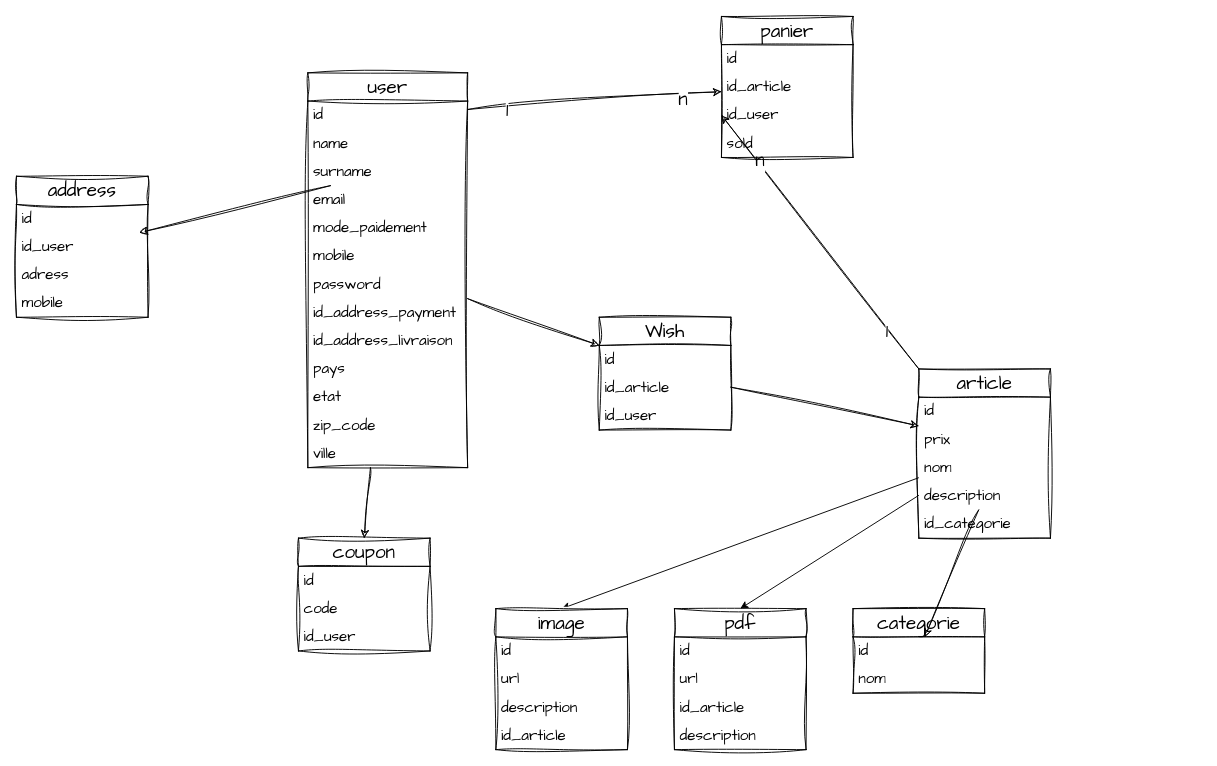
zoobo-jose/B-construction keeps this draw.io diagram as _process/_dataBase.drawio. Above is the earlier version. Source tidied: cells renumbered, new cells numbered last; positions are measured from the earlier drawing's top-left corner, leaving out a move shared by most shapes. Both pictures are drawn from the tidied source at 94%, with x=0, y=0 at pixel (16, 16).
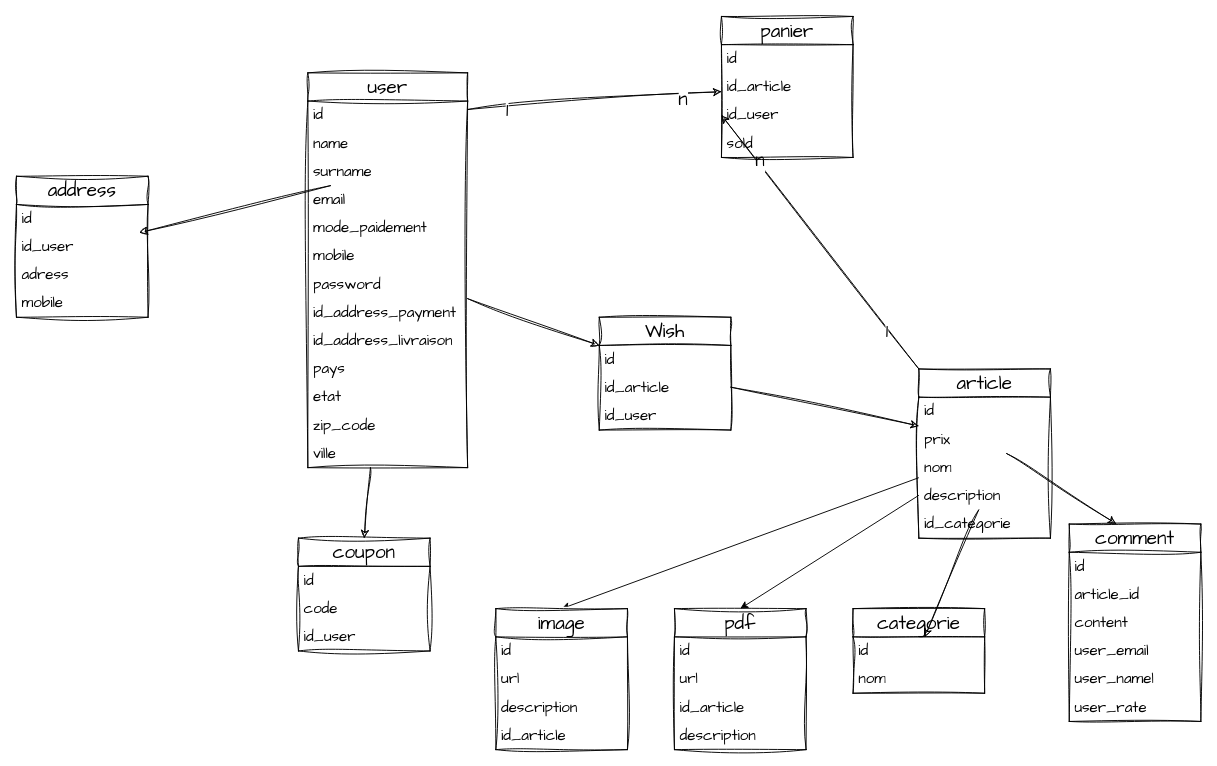
The same diagram, later.

Unchanged cells that the change refers to:
```xml
<mxCell id="28" value="prix" style="text;strokeColor=none;fillColor=none;align=left;verticalAlign=middle;spacingLeft=4;spacingRight=4;overflow=hidden;points=[[0,0.5],[1,0.5]];portConstraint=eastwest;whiteSpace=wrap;html=1;fontSize=16;sketch=1;hachureGap=4;jiggle=2;curveFitting=1;fontFamily=Architects Daughter;" parent="26" vertex="1">
  <mxGeometry y="60" width="140" height="30" as="geometry" />
</mxCell>
```

Diff of the diagram source:
```diff
@@
+    <mxCell id="66" value="comment" style="swimlane;fontStyle=0;horizontal=1;startSize=30;whiteSpace=wrap;html=1;sketch=1;hachureGap=4;jiggle=2;curveFitting=1;fontFamily=Architects Daughter;fontSize=20;" parent="1" vertex="1">
+      <mxGeometry x="1120" y="540" width="140" height="210" as="geometry" />
+    </mxCell>
+    <mxCell id="67" value="id" style="text;strokeColor=none;fillColor=none;align=left;verticalAlign=middle;spacingLeft=4;spacingRight=4;overflow=hidden;whiteSpace=wrap;html=1;fontSize=16;sketch=1;hachureGap=4;jiggle=2;curveFitting=1;fontFamily=Architects Daughter;" parent="66" vertex="1">
+      <mxGeometry y="30" width="140" height="30" as="geometry" />
+    </mxCell>
+    <mxCell id="68" value="article_id" style="text;strokeColor=none;fillColor=none;align=left;verticalAlign=middle;spacingLeft=4;spacingRight=4;overflow=hidden;whiteSpace=wrap;html=1;fontSize=16;sketch=1;hachureGap=4;jiggle=2;curveFitting=1;fontFamily=Architects Daughter;" parent="66" vertex="1">
+      <mxGeometry y="60" width="140" height="30" as="geometry" />
+    </mxCell>
+    <mxCell id="69" value="content" style="text;strokeColor=none;fillColor=none;align=left;verticalAlign=middle;spacingLeft=4;spacingRight=4;overflow=hidden;whiteSpace=wrap;html=1;fontSize=16;sketch=1;hachureGap=4;jiggle=2;curveFitting=1;fontFamily=Architects Daughter;" parent="66" vertex="1">
+      <mxGeometry y="90" width="140" height="30" as="geometry" />
+    </mxCell>
+    <mxCell id="70" value="user_email" style="text;strokeColor=none;fillColor=none;align=left;verticalAlign=middle;spacingLeft=4;spacingRight=4;overflow=hidden;whiteSpace=wrap;html=1;fontSize=16;sketch=1;hachureGap=4;jiggle=2;curveFitting=1;fontFamily=Architects Daughter;" parent="66" vertex="1">
+      <mxGeometry y="120" width="140" height="30" as="geometry" />
+    </mxCell>
+    <mxCell id="71" value="user_namel" style="text;strokeColor=none;fillColor=none;align=left;verticalAlign=middle;spacingLeft=4;spacingRight=4;overflow=hidden;whiteSpace=wrap;html=1;fontSize=16;sketch=1;hachureGap=4;jiggle=2;curveFitting=1;fontFamily=Architects Daughter;" parent="66" vertex="1">
+      <mxGeometry y="150" width="140" height="30" as="geometry" />
+    </mxCell>
+    <mxCell id="72" value="user_rate" style="text;strokeColor=none;fillColor=none;align=left;verticalAlign=middle;spacingLeft=4;spacingRight=4;overflow=hidden;whiteSpace=wrap;html=1;fontSize=16;sketch=1;hachureGap=4;jiggle=2;curveFitting=1;fontFamily=Architects Daughter;" parent="66" vertex="1">
+      <mxGeometry y="180" width="140" height="30" as="geometry" />
+    </mxCell>
+    <mxCell id="73" style="edgeStyle=none;sketch=1;hachureGap=4;jiggle=2;curveFitting=1;html=1;entryX=0.357;entryY=-0.001;entryDx=0;entryDy=0;entryPerimeter=0;fontFamily=Architects Daughter;fontSize=16;" parent="1" edge="1" source="28" target="66">
+      <mxGeometry relative="1" as="geometry" />
+    </mxCell>
```
